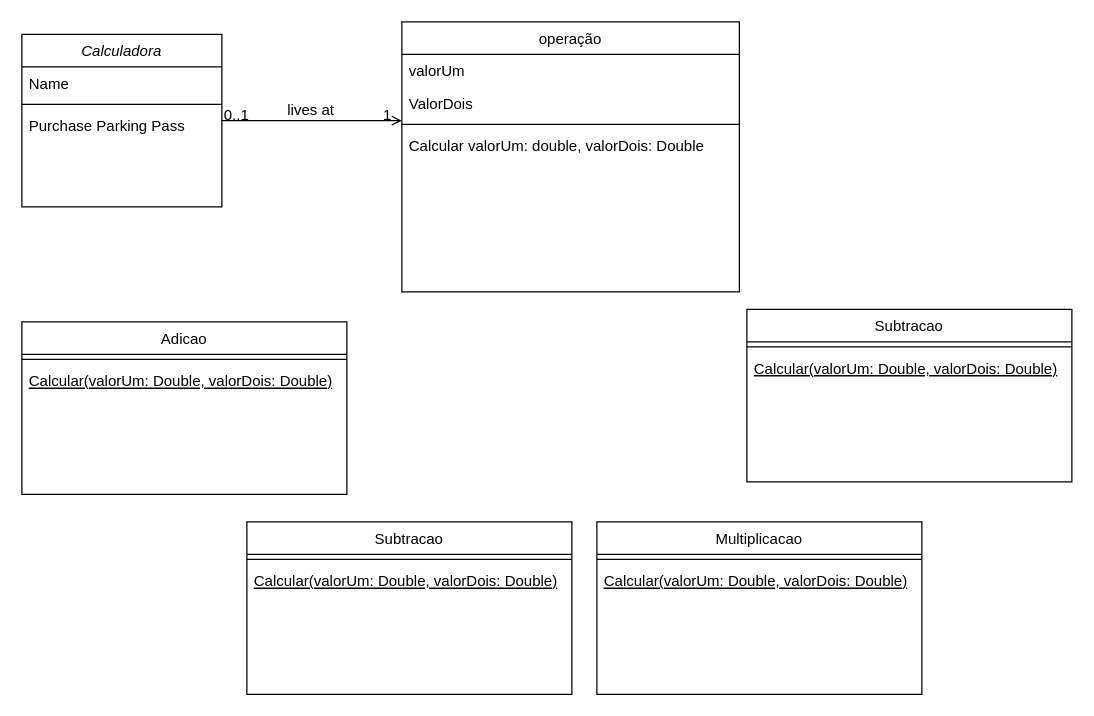
Above: Diagrama sem nome.drawio in joianahorrana/linguagemprogramacao (draw.io), before the change. Source tidied: cells renumbered, new cells numbered last; positions are measured from the earlier drawing's top-left corner, leaving out a move shared by most shapes. Both pictures are drawn from the tidied source at 125%, with x=0, y=0 at pixel (21, 21).
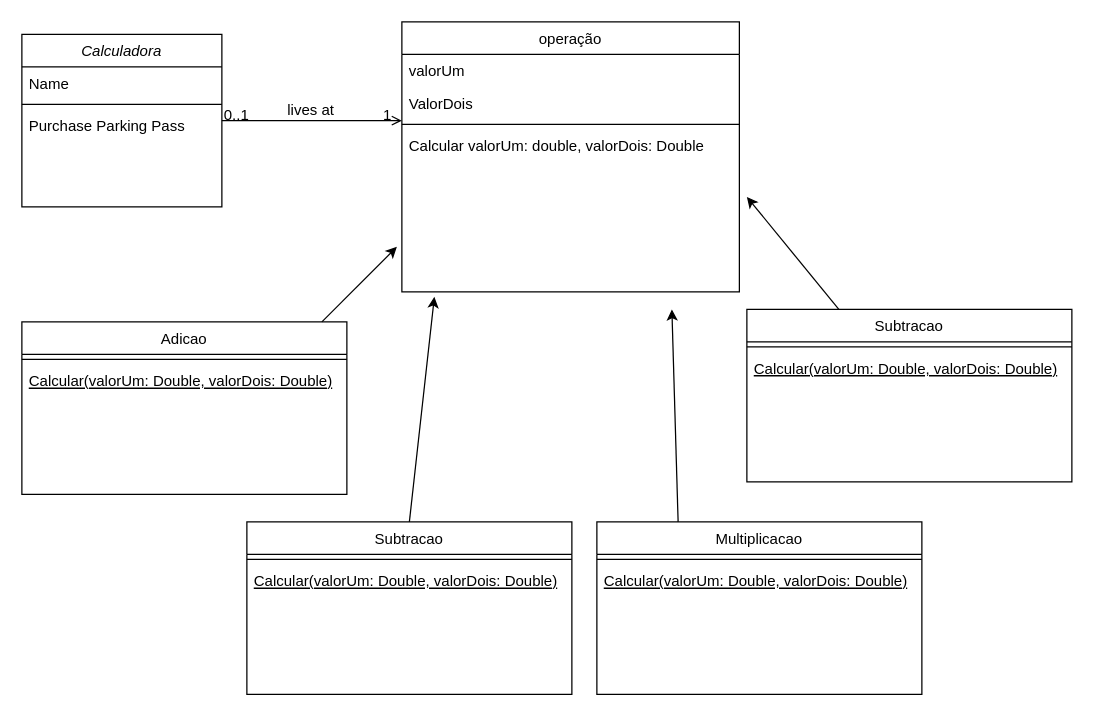
The same page after the edit.

Commit message:
Calculadora_POO

Unchanged cells that the change refers to:
```xml
<mxCell id="18" value="Subtracao&#10;&#10;" style="swimlane;fontStyle=0;align=center;verticalAlign=top;horizontal=1;startSize=26;rounded=0;shadow=0;strokeWidth=1;" parent="1" vertex="1">
  <mxGeometry x="180" y="400" width="260" height="138" as="geometry" />
</mxCell>
<mxCell id="21" value="Multiplicacao" style="swimlane;fontStyle=0;align=center;verticalAlign=top;horizontal=1;startSize=26;rounded=0;shadow=0;strokeWidth=1;" parent="1" vertex="1">
  <mxGeometry x="460" y="400" width="260" height="138" as="geometry" />
</mxCell>
<mxCell id="24" value="Subtracao&#10;&#10;" style="swimlane;fontStyle=0;align=center;verticalAlign=top;horizontal=1;startSize=26;rounded=0;shadow=0;strokeWidth=1;" parent="1" vertex="1">
  <mxGeometry x="580" y="230" width="260" height="138" as="geometry" />
</mxCell>
```

Diff of the diagram source:
```diff
@@
+    <mxCell id="27" style="endArrow=classic;html=1;rounded=0;" parent="1" edge="1">
+      <mxGeometry relative="1" as="geometry">
+        <mxPoint x="240" y="240" as="sourcePoint" />
+        <mxPoint x="300" y="180" as="targetPoint" />
+      </mxGeometry>
+    </mxCell>
+    <mxCell id="28" style="endArrow=classic;html=1;rounded=0;exitX=0.5;exitY=0;exitDx=0;exitDy=0;" parent="1" edge="1" source="18">
+      <mxGeometry relative="1" as="geometry">
+        <mxPoint x="330" y="220" as="targetPoint" />
+      </mxGeometry>
+    </mxCell>
+    <mxCell id="29" style="endArrow=classic;html=1;rounded=0;exitX=0.25;exitY=0;exitDx=0;exitDy=0;" parent="1" edge="1" source="21">
+      <mxGeometry relative="1" as="geometry">
+        <mxPoint x="520" y="230" as="targetPoint" />
+      </mxGeometry>
+    </mxCell>
+    <mxCell id="30" style="endArrow=classic;html=1;rounded=0;" parent="1" edge="1" source="24">
+      <mxGeometry relative="1" as="geometry">
+        <mxPoint x="580" y="140" as="targetPoint" />
+      </mxGeometry>
+    </mxCell>
```
